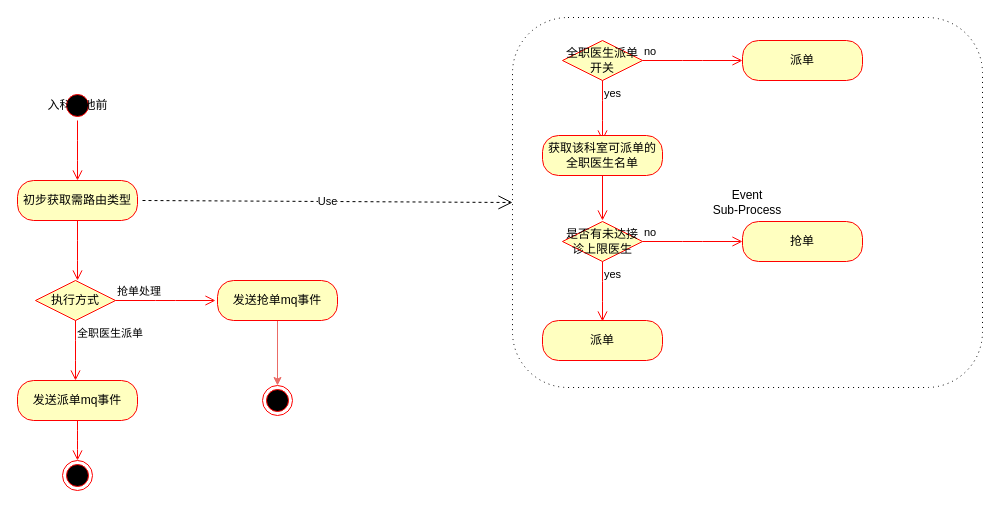
This is page "第 2 页" (2 of 3) of drawio/work/分诊流程.drawio from zhk0377/scalpel, a draw.io file, before an edit. Source tidied: cells renumbered, new cells numbered last; positions are measured from the earlier drawing's top-left corner, leaving out a move shared by most shapes. Both pictures are drawn from the tidied source at 100%, with x=0, y=0 at pixel (17, 17).
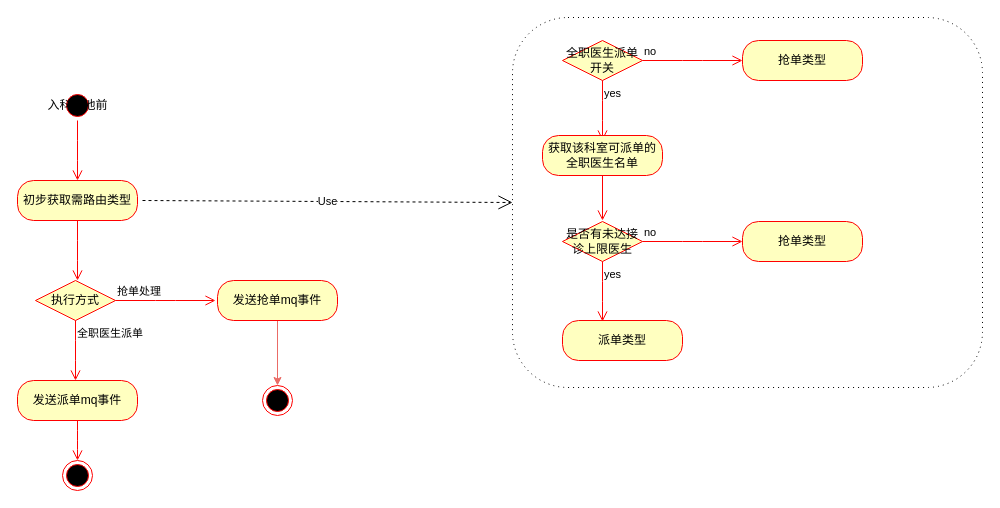
Above is the later version.

Commit message:
更新分诊流程.drawio

The edit, as a diff of the source:
```diff
@@
-    <mxCell id="2" value="Event&#10;Sub-Process" style="shape=ext;rounded=1;html=1;whiteSpace=wrap;dashed=1;dashPattern=1 4;fillColor=#FFFFFF;" parent="1" vertex="1">
+    <mxCell id="2" style="shape=ext;rounded=1;html=1;whiteSpace=wrap;dashed=1;dashPattern=1 4;fillColor=#FFFFFF;" parent="1" vertex="1">
       <mxGeometry x="495" width="470" height="370" as="geometry" />
     </mxCell>
@@
-    <mxCell id="23" value="派单" style="rounded=1;whiteSpace=wrap;html=1;arcSize=40;fontColor=#000000;fillColor=#ffffc0;strokeColor=#ff0000;" parent="1" vertex="1">
+    <mxCell id="23" value="抢单类型" style="rounded=1;whiteSpace=wrap;html=1;arcSize=40;fontColor=#000000;fillColor=#ffffc0;strokeColor=#ff0000;" parent="1" vertex="1">
       <mxGeometry x="725" y="23" width="120" height="40" as="geometry" />
     </mxCell>
-    <mxCell id="24" value="派单" style="rounded=1;whiteSpace=wrap;html=1;arcSize=40;fontColor=#000000;fillColor=#ffffc0;strokeColor=#ff0000;" parent="1" vertex="1">
-      <mxGeometry x="525" y="303" width="120" height="40" as="geometry" />
+    <mxCell id="24" value="抢单类型" style="rounded=1;whiteSpace=wrap;html=1;arcSize=40;fontColor=#000000;fillColor=#ffffc0;strokeColor=#ff0000;" parent="1" vertex="1">
+      <mxGeometry x="725" y="204" width="120" height="40" as="geometry" />
     </mxCell>
-    <mxCell id="25" value="抢单" style="rounded=1;whiteSpace=wrap;html=1;arcSize=40;fontColor=#000000;fillColor=#ffffc0;strokeColor=#ff0000;" parent="1" vertex="1">
-      <mxGeometry x="725" y="204" width="120" height="40" as="geometry" />
+    <mxCell id="25" value="派单类型" style="rounded=1;whiteSpace=wrap;html=1;arcSize=40;fontColor=#000000;fillColor=#ffffc0;strokeColor=#ff0000;" parent="1" vertex="1">
+      <mxGeometry x="545" y="303" width="120" height="40" as="geometry" />
     </mxCell>
```
